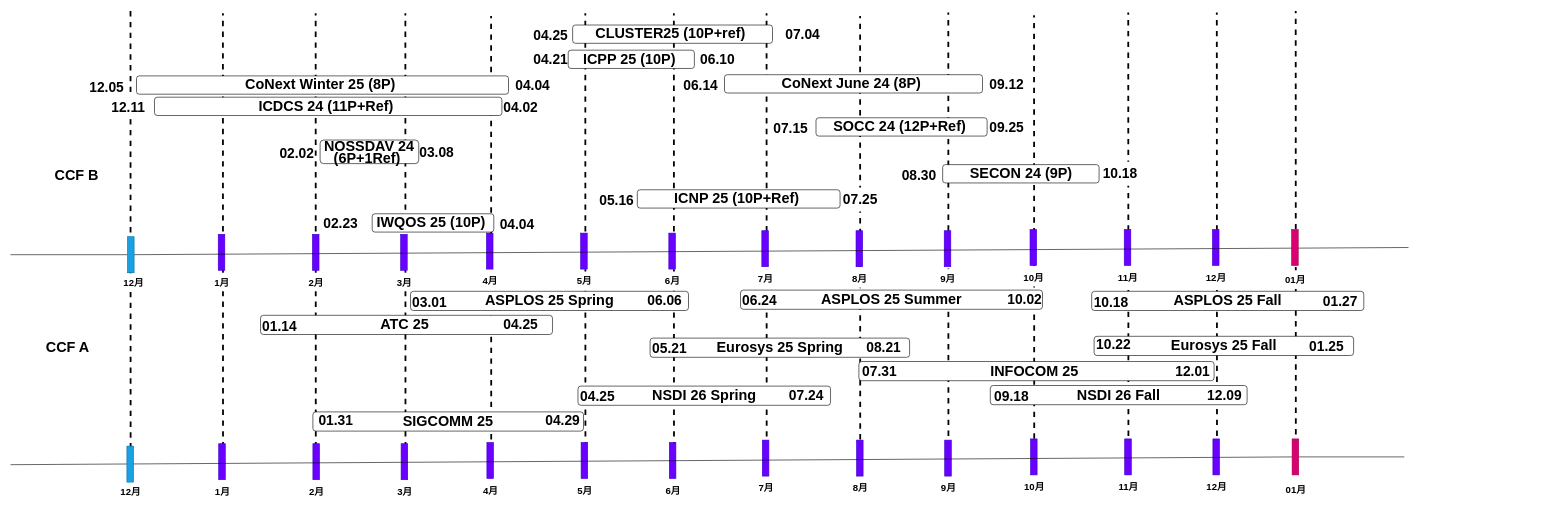
desword/desword.github.io keeps this draw.io diagram as images/submission_scheduler/scheduler.drawio. Above is the earlier version. Source tidied: cells renumbered, new cells numbered last; positions are measured from the earlier drawing's top-left corner, leaving out a move shared by most shapes. Both pictures are drawn from the tidied source at 60%, with x=0, y=0 at pixel (10, 11).
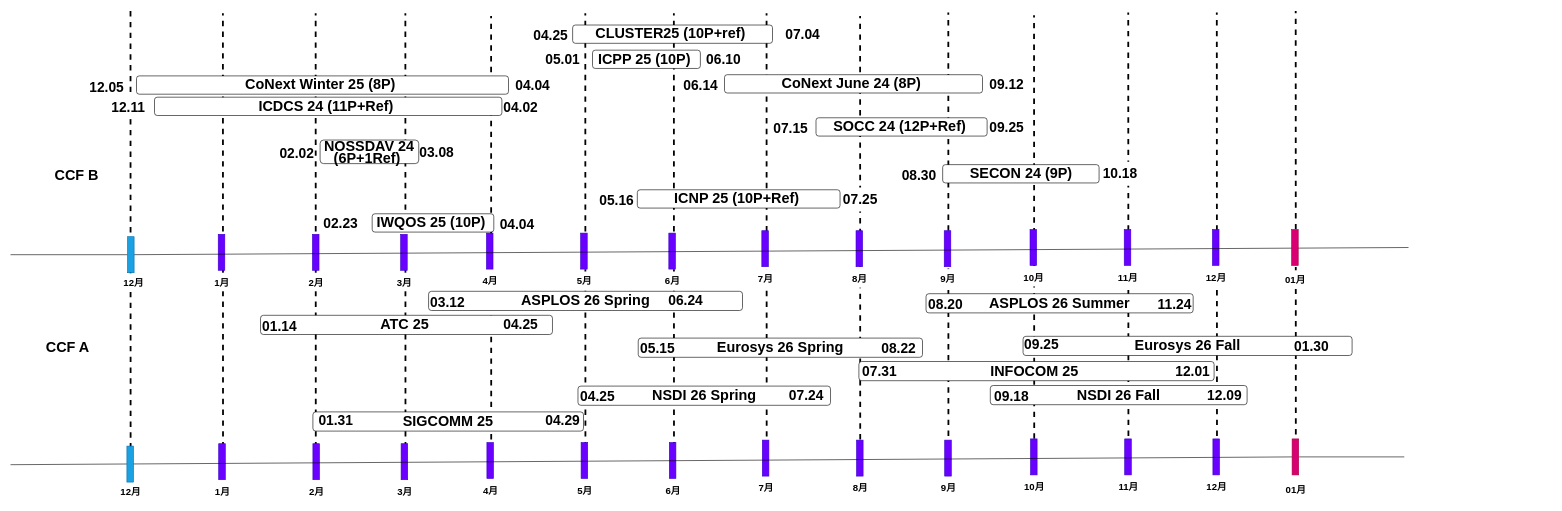
After the change.

Unchanged cells that the change refers to:
```xml
<mxCell id="2" style="group;" parent="1" vertex="1">
  <mxGeometry x="200" width="2369" height="765" as="geometry" />
</mxCell>
```

Diff of the diagram source:
```diff
@@
     <mxCell id="17" style="group;" parent="2" vertex="1">
-      <mxGeometry x="1600" y="533" width="448" height="42" as="geometry" />
+      <mxGeometry x="1480" y="533" width="568" height="46" as="geometry" />
     </mxCell>
-    <mxCell id="18" value="Eurosys 25 Fall" style="rounded=1;whiteSpace=wrap;html=1;fontStyle=1;fontSize=24;" parent="17" vertex="1">
-      <mxGeometry x="6" y="9" width="432.5" height="32" as="geometry" />
+    <mxCell id="18" value="Eurosys 26 Fall" style="rounded=1;whiteSpace=wrap;html=1;fontStyle=1;fontSize=24;" parent="17" vertex="1">
+      <mxGeometry x="7.6" y="9" width="548.4" height="32" as="geometry" />
     </mxCell>
-    <mxCell id="19" value="10.22" style="text;html=1;align=center;verticalAlign=middle;strokeColor=none;fillColor=none;fontSize=23;fontStyle=1;" parent="17" vertex="1">
-      <mxGeometry y="2" width="76" height="40" as="geometry" />
+    <mxCell id="19" value="09.25" style="text;html=1;align=center;verticalAlign=middle;strokeColor=none;fillColor=none;fontSize=23;fontStyle=1;" parent="17" vertex="1">
+      <mxGeometry x="-2.5" y="2" width="80" height="40" as="geometry" />
     </mxCell>
-    <mxCell id="20" value="01.25" style="text;html=1;align=center;verticalAlign=middle;strokeColor=none;fillColor=none;fontSize=23;fontStyle=1;" parent="17" vertex="1">
-      <mxGeometry x="355.4" y="6" width="76" height="40" as="geometry" />
+    <mxCell id="20" value="01.30" style="text;html=1;align=center;verticalAlign=middle;strokeColor=none;fillColor=none;fontSize=23;fontStyle=1;" parent="17" vertex="1">
+      <mxGeometry x="448.1" y="6" width="80" height="40" as="geometry" />
     </mxCell>
@@
     <mxCell id="80" style="group;" parent="2" vertex="1">
-      <mxGeometry x="740" y="61.3" width="368" height="41.9" as="geometry" />
+      <mxGeometry x="750" y="61.3" width="368" height="41.9" as="geometry" />
     </mxCell>
     <mxCell id="81" value="ICPP 25 (10P)&amp;nbsp;" style="rounded=1;whiteSpace=wrap;html=1;fontStyle=1;fontSize=24;" parent="80" vertex="1">
-      <mxGeometry x="-10.5" y="3.8" width="210.3" height="30.5" as="geometry" />
+      <mxGeometry x="20" y="3.8" width="179.8" height="30.5" as="geometry" />
     </mxCell>
@@
-    <mxCell id="83" value="04.21" style="text;html=1;align=center;verticalAlign=middle;strokeColor=none;fillColor=none;fontSize=23;fontStyle=1;" parent="2" vertex="1">
-      <mxGeometry x="660" y="61.3" width="80" height="40" as="geometry" />
+    <mxCell id="83" value="05.01" style="text;html=1;align=center;verticalAlign=middle;strokeColor=none;fillColor=none;fontSize=23;fontStyle=1;" parent="2" vertex="1">
+      <mxGeometry x="680" y="61.3" width="80" height="40" as="geometry" />
     </mxCell>
@@
+    <mxCell id="117" style="group;" parent="2" vertex="1">
+      <mxGeometry x="1320" y="467" width="460" height="42" as="geometry" />
+    </mxCell>
+    <mxCell id="118" value="ASPLOS 26 Summer" style="rounded=1;whiteSpace=wrap;html=1;fontStyle=1;fontSize=24;" parent="117" vertex="1">
+      <mxGeometry x="5.9" y="4" width="445.2" height="32" as="geometry" />
+    </mxCell>
+    <mxCell id="119" value="08.20" style="text;html=1;align=center;verticalAlign=middle;strokeColor=none;fillColor=none;fontSize=23;fontStyle=1;" parent="117" vertex="1">
+      <mxGeometry x="-1.8" y="2" width="80" height="40" as="geometry" />
+    </mxCell>
+    <mxCell id="120" value="11.24" style="text;html=1;align=center;verticalAlign=middle;strokeColor=none;fillColor=none;fontSize=23;fontStyle=1;" parent="117" vertex="1">
+      <mxGeometry x="380" y="2" width="80" height="40" as="geometry" />
+    </mxCell>
@@
     <mxCell id="105" style="group;" parent="1" vertex="1">
-      <mxGeometry x="1060" y="541" width="448" height="42" as="geometry" />
+      <mxGeometry x="1040" y="541" width="480" height="42" as="geometry" />
     </mxCell>
-    <mxCell id="106" value="Eurosys 25 Spring" style="rounded=1;whiteSpace=wrap;html=1;fontStyle=1;fontSize=24;" parent="105" vertex="1">
-      <mxGeometry x="6" y="4" width="432.5" height="32" as="geometry" />
+    <mxCell id="106" value="Eurosys 26 Spring" style="rounded=1;whiteSpace=wrap;html=1;fontStyle=1;fontSize=24;" parent="105" vertex="1">
+      <mxGeometry x="6.2" y="4" width="473.8" height="32" as="geometry" />
     </mxCell>
-    <mxCell id="107" value="05.21" style="text;html=1;align=center;verticalAlign=middle;strokeColor=none;fillColor=none;fontSize=23;fontStyle=1;" parent="105" vertex="1">
-      <mxGeometry y="2" width="76" height="40" as="geometry" />
+    <mxCell id="107" value="05.15" style="text;html=1;align=center;verticalAlign=middle;strokeColor=none;fillColor=none;fontSize=23;fontStyle=1;" parent="105" vertex="1">
+      <mxGeometry x="-2.1" y="2" width="80" height="40" as="geometry" />
     </mxCell>
-    <mxCell id="108" value="08.21" style="text;html=1;align=center;verticalAlign=middle;strokeColor=none;fillColor=none;fontSize=23;fontStyle=1;" parent="105" vertex="1">
-      <mxGeometry x="357.4" width="76" height="40" as="geometry" />
+    <mxCell id="108" value="08.22" style="text;html=1;align=center;verticalAlign=middle;strokeColor=none;fillColor=none;fontSize=23;fontStyle=1;" parent="105" vertex="1">
+      <mxGeometry x="400" y="2" width="80" height="40" as="geometry" />
     </mxCell>
@@
     <mxCell id="113" style="group;" parent="1" vertex="1">
-      <mxGeometry x="660" y="463" width="504" height="42" as="geometry" />
+      <mxGeometry x="690" y="463" width="530" height="42" as="geometry" />
     </mxCell>
-    <mxCell id="114" value="ASPLOS 25 Spring" style="rounded=1;whiteSpace=wrap;html=1;fontStyle=1;fontSize=24;" parent="113" vertex="1">
-      <mxGeometry x="6.7" y="4" width="463.3" height="32" as="geometry" />
+    <mxCell id="114" value="ASPLOS 26 Spring" style="rounded=1;whiteSpace=wrap;html=1;fontStyle=1;fontSize=24;" parent="113" vertex="1">
+      <mxGeometry x="6.8" y="4" width="523.2" height="32" as="geometry" />
     </mxCell>
-    <mxCell id="115" value="03.01" style="text;html=1;align=center;verticalAlign=middle;strokeColor=none;fillColor=none;fontSize=23;fontStyle=1;" parent="113" vertex="1">
+    <mxCell id="115" value="03.12" style="text;html=1;align=center;verticalAlign=middle;strokeColor=none;fillColor=none;fontSize=23;fontStyle=1;" parent="113" vertex="1">
       <mxGeometry x="-2" y="2" width="80" height="40" as="geometry" />
     </mxCell>
-    <mxCell id="116" value="06.06" style="text;html=1;align=center;verticalAlign=middle;strokeColor=none;fillColor=none;fontSize=23;fontStyle=1;" parent="113" vertex="1">
-      <mxGeometry x="390" width="80" height="40" as="geometry" />
+    <mxCell id="116" value="06.24" style="text;html=1;align=center;verticalAlign=middle;strokeColor=none;fillColor=none;fontSize=23;fontStyle=1;" parent="113" vertex="1">
+      <mxGeometry x="394.6" width="80" height="40" as="geometry" />
     </mxCell>
-    <mxCell id="117" style="group;" parent="1" vertex="1">
-      <mxGeometry x="1210" y="461" width="510" height="42" as="geometry" />
-    </mxCell>
-    <mxCell id="118" value="ASPLOS 25 Summer" style="rounded=1;whiteSpace=wrap;html=1;fontStyle=1;fontSize=24;" parent="117" vertex="1">
-      <mxGeometry x="6.7" y="4" width="503.3" height="32" as="geometry" />
-    </mxCell>
-    <mxCell id="119" value="06.24" style="text;html=1;align=center;verticalAlign=middle;strokeColor=none;fillColor=none;fontSize=23;fontStyle=1;" parent="117" vertex="1">
-      <mxGeometry x="-2" y="2" width="80" height="40" as="geometry" />
-    </mxCell>
-    <mxCell id="120" value="10.02" style="text;html=1;align=center;verticalAlign=middle;strokeColor=none;fillColor=none;fontSize=23;fontStyle=1;" parent="117" vertex="1">
-      <mxGeometry x="440" width="80" height="40" as="geometry" />
-    </mxCell>
-    <mxCell id="121" style="group;" parent="1" vertex="1">
-      <mxGeometry x="1796" y="463" width="484" height="42" as="geometry" />
-    </mxCell>
-    <mxCell id="122" value="ASPLOS 25 Fall" style="rounded=1;whiteSpace=wrap;html=1;fontStyle=1;fontSize=24;" parent="121" vertex="1">
-      <mxGeometry x="6" y="4" width="453.5" height="32" as="geometry" />
-    </mxCell>
-    <mxCell id="123" value="10.18" style="text;html=1;align=center;verticalAlign=middle;strokeColor=none;fillColor=none;fontSize=23;fontStyle=1;" parent="121" vertex="1">
-      <mxGeometry x="-1.8" y="2" width="80" height="40" as="geometry" />
-    </mxCell>
-    <mxCell id="124" value="01.27" style="text;html=1;align=center;verticalAlign=middle;strokeColor=none;fillColor=none;fontSize=23;fontStyle=1;" parent="121" vertex="1">
-      <mxGeometry x="379.5" y="1" width="80" height="40" as="geometry" />
-    </mxCell>
```
